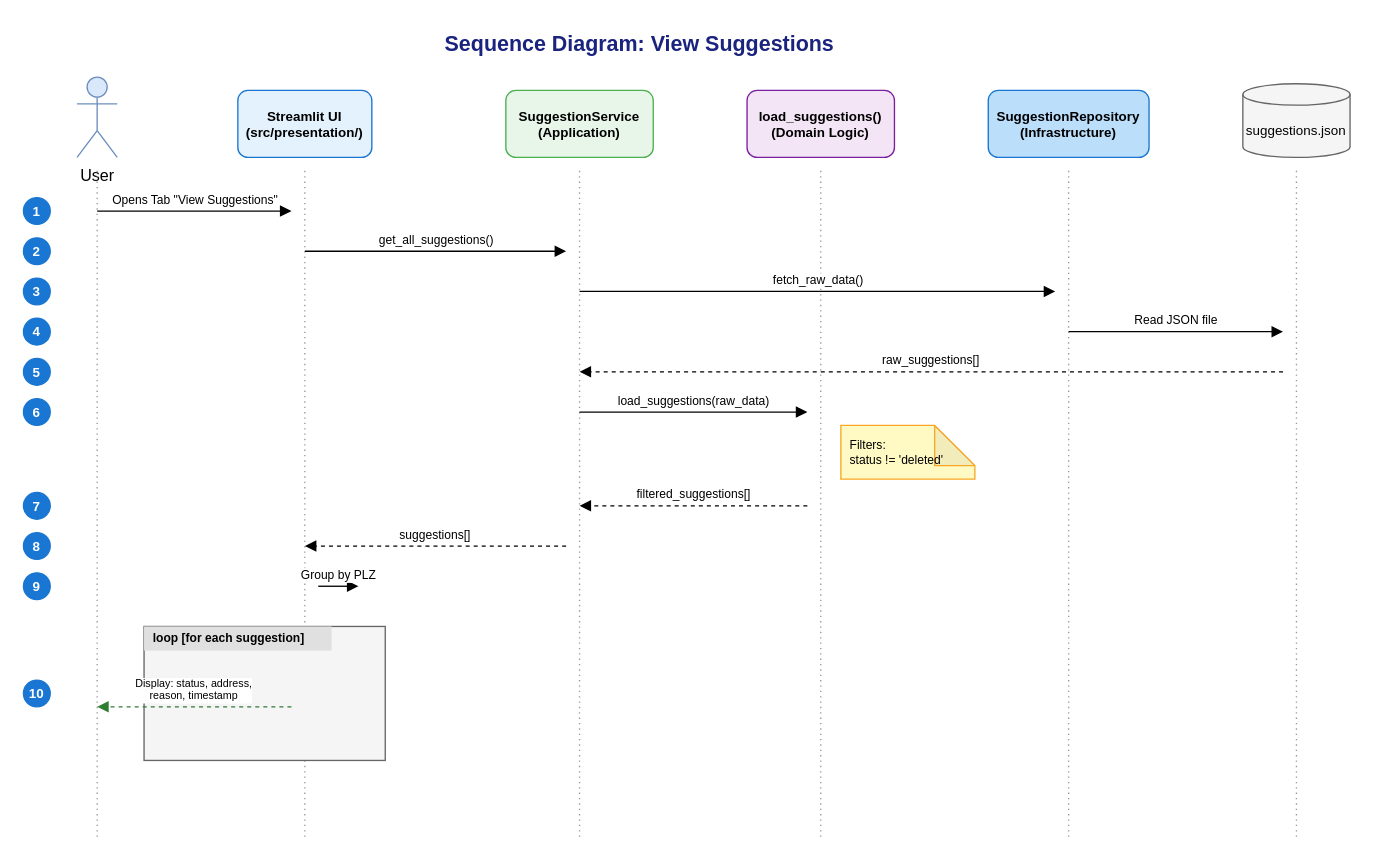
Earlier version of the draw.io diagram page "2. View Suggestions" (2 of 3) of docs/user-story-7-sequence-diagrams.drawio (SamuskaAksumas/heatmap-charging-stations). Source tidied: cells renumbered, new cells numbered last; positions are measured from the earlier drawing's top-left corner, leaving out a move shared by most shapes. Both pictures are drawn from the tidied source at 134%, with x=0, y=0 at pixel (23, 23).
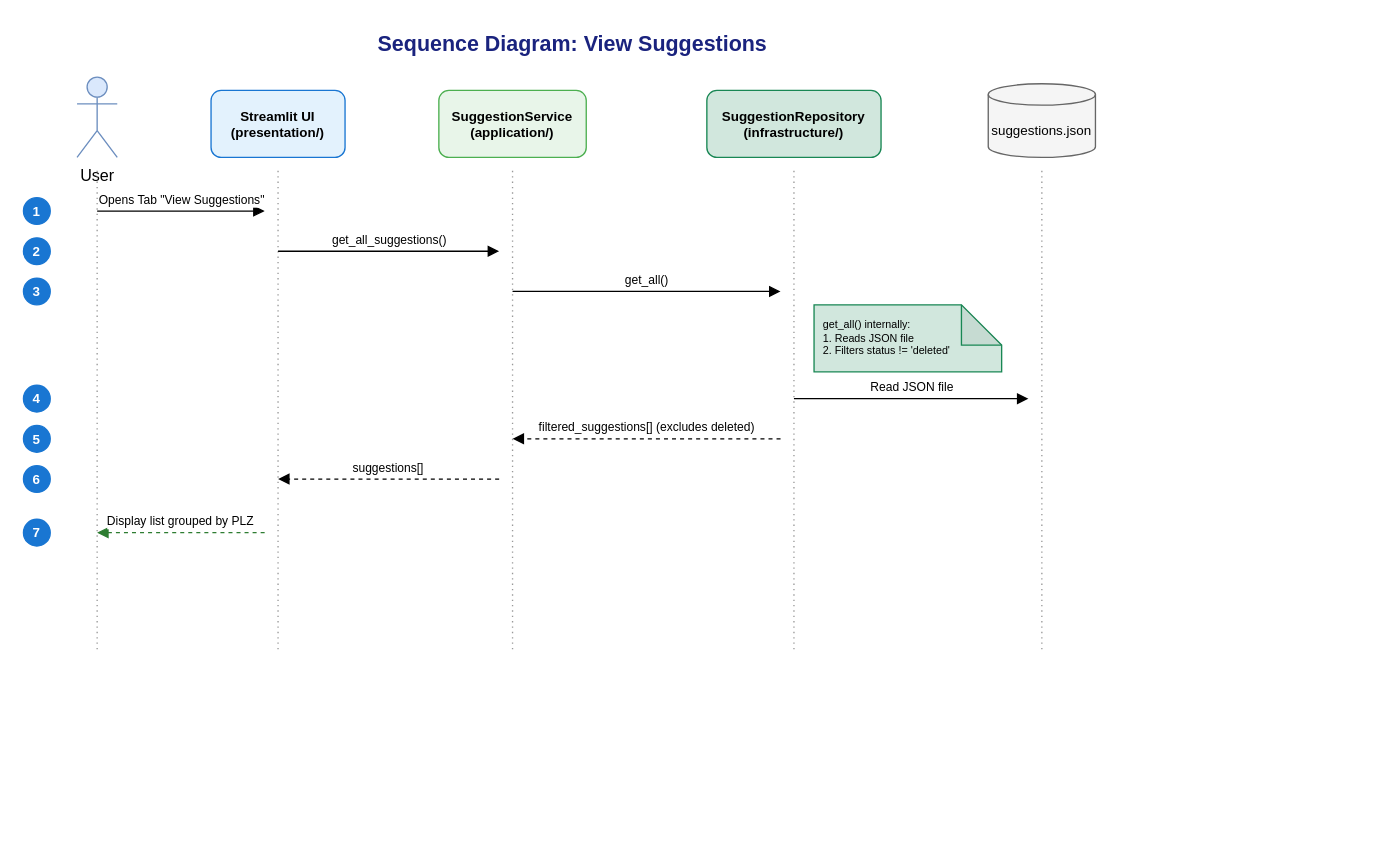
After the change.

Diff of the diagram source:
```diff
@@
     <mxCell id="2" value="Sequence Diagram: View Suggestions" style="text;html=1;strokeColor=none;fillColor=none;align=center;verticalAlign=middle;whiteSpace=wrap;rounded=0;fontSize=16;fontStyle=1;fontColor=#1a237e;" parent="1" vertex="1">
-      <mxGeometry x="310" width="300" height="30" as="geometry" />
+      <mxGeometry x="260" width="300" height="30" as="geometry" />
     </mxCell>
@@
     <mxCell id="4" style="endArrow=none;dashed=1;html=1;dashPattern=1 3;strokeWidth=1;strokeColor=#999999;" parent="1" edge="1">
       <mxGeometry relative="1" as="geometry">
         <mxPoint x="55" y="110" as="sourcePoint" />
-        <mxPoint x="55" y="610" as="targetPoint" />
+        <mxPoint x="55" y="470" as="targetPoint" />
       </mxGeometry>
     </mxCell>
-    <mxCell id="5" value="Streamlit UI&#10;(src/presentation/)" style="rounded=1;whiteSpace=wrap;html=1;fillColor=#e3f2fd;strokeColor=#1976d2;fontStyle=1;fontSize=10;" parent="1" vertex="1">
-      <mxGeometry x="160" y="50" width="100" height="50" as="geometry" />
+    <mxCell id="5" value="Streamlit UI&#10;(presentation/)" style="rounded=1;whiteSpace=wrap;html=1;fillColor=#e3f2fd;strokeColor=#1976d2;fontStyle=1;fontSize=10;" parent="1" vertex="1">
+      <mxGeometry x="140" y="50" width="100" height="50" as="geometry" />
     </mxCell>
     <mxCell id="6" style="endArrow=none;dashed=1;html=1;dashPattern=1 3;strokeWidth=1;strokeColor=#999999;" parent="1" edge="1">
       <mxGeometry relative="1" as="geometry">
-        <mxPoint x="210" y="110" as="sourcePoint" />
-        <mxPoint x="210" y="610" as="targetPoint" />
+        <mxPoint x="190" y="110" as="sourcePoint" />
+        <mxPoint x="190" y="470" as="targetPoint" />
       </mxGeometry>
     </mxCell>
-    <mxCell id="7" value="SuggestionService&#10;(Application)" style="rounded=1;whiteSpace=wrap;html=1;fillColor=#e8f5e9;strokeColor=#4caf50;fontStyle=1;fontSize=10;" parent="1" vertex="1">
-      <mxGeometry x="360" y="50" width="110" height="50" as="geometry" />
+    <mxCell id="7" value="SuggestionService&#10;(application/)" style="rounded=1;whiteSpace=wrap;html=1;fillColor=#e8f5e9;strokeColor=#4caf50;fontStyle=1;fontSize=10;" parent="1" vertex="1">
+      <mxGeometry x="310" y="50" width="110" height="50" as="geometry" />
     </mxCell>
     <mxCell id="8" style="endArrow=none;dashed=1;html=1;dashPattern=1 3;strokeWidth=1;strokeColor=#999999;" parent="1" edge="1">
       <mxGeometry relative="1" as="geometry">
-        <mxPoint x="415" y="110" as="sourcePoint" />
-        <mxPoint x="415" y="610" as="targetPoint" />
+        <mxPoint x="365" y="110" as="sourcePoint" />
+        <mxPoint x="365" y="470" as="targetPoint" />
       </mxGeometry>
     </mxCell>
-    <mxCell id="9" value="load_suggestions()&#10;(Domain Logic)" style="rounded=1;whiteSpace=wrap;html=1;fillColor=#f3e5f5;strokeColor=#7b1fa2;fontStyle=1;fontSize=10;" parent="1" vertex="1">
-      <mxGeometry x="540" y="50" width="110" height="50" as="geometry" />
-    </mxCell>
-    <mxCell id="10" style="endArrow=none;dashed=1;html=1;dashPattern=1 3;strokeWidth=1;strokeColor=#999999;" parent="1" edge="1">
-      <mxGeometry relative="1" as="geometry">
-        <mxPoint x="595" y="110" as="sourcePoint" />
-        <mxPoint x="595" y="610" as="targetPoint" />
-      </mxGeometry>
-    </mxCell>
-    <mxCell id="11" value="SuggestionRepository&#10;(Infrastructure)" style="rounded=1;whiteSpace=wrap;html=1;fillColor=#bbdefb;strokeColor=#1976d2;fontStyle=1;fontSize=10;" parent="1" vertex="1">
-      <mxGeometry x="720" y="50" width="120" height="50" as="geometry" />
+    <mxCell id="11" value="SuggestionRepository&#10;(infrastructure/)" style="rounded=1;whiteSpace=wrap;html=1;fillColor=#d1e7dd;strokeColor=#198754;fontStyle=1;fontSize=10;" parent="1" vertex="1">
+      <mxGeometry x="510" y="50" width="130" height="50" as="geometry" />
     </mxCell>
     <mxCell id="12" style="endArrow=none;dashed=1;html=1;dashPattern=1 3;strokeWidth=1;strokeColor=#999999;" parent="1" edge="1">
       <mxGeometry relative="1" as="geometry">
-        <mxPoint x="780" y="110" as="sourcePoint" />
-        <mxPoint x="780" y="610" as="targetPoint" />
+        <mxPoint x="575" y="110" as="sourcePoint" />
+        <mxPoint x="575" y="470" as="targetPoint" />
       </mxGeometry>
     </mxCell>
     <mxCell id="13" value="suggestions.json" style="shape=cylinder3;whiteSpace=wrap;html=1;boundedLbl=1;backgroundOutline=1;size=8;fillColor=#f5f5f5;strokeColor=#666666;fontSize=10;" parent="1" vertex="1">
-      <mxGeometry x="910" y="45" width="80" height="55" as="geometry" />
+      <mxGeometry x="720" y="45" width="80" height="55" as="geometry" />
     </mxCell>
     <mxCell id="14" style="endArrow=none;dashed=1;html=1;dashPattern=1 3;strokeWidth=1;strokeColor=#999999;" parent="1" edge="1">
       <mxGeometry relative="1" as="geometry">
-        <mxPoint x="950" y="110" as="sourcePoint" />
-        <mxPoint x="950" y="610" as="targetPoint" />
+        <mxPoint x="760" y="110" as="sourcePoint" />
+        <mxPoint x="760" y="470" as="targetPoint" />
       </mxGeometry>
     </mxCell>
@@
     <mxCell id="16" value="Opens Tab &quot;View Suggestions&quot;" style="html=1;verticalAlign=bottom;endArrow=block;curved=0;rounded=0;fontSize=9;" parent="1" edge="1">
       <mxGeometry relative="1" as="geometry">
         <mxPoint x="55" y="140" as="sourcePoint" />
-        <mxPoint x="200" y="140" as="targetPoint" />
+        <mxPoint x="180" y="140" as="targetPoint" />
       </mxGeometry>
     </mxCell>
@@
     <mxCell id="18" value="get_all_suggestions()" style="html=1;verticalAlign=bottom;endArrow=block;curved=0;rounded=0;fontSize=9;" parent="1" edge="1">
       <mxGeometry relative="1" as="geometry">
-        <mxPoint x="210" y="170" as="sourcePoint" />
-        <mxPoint x="405" y="170" as="targetPoint" />
+        <mxPoint x="190" y="170" as="sourcePoint" />
+        <mxPoint x="355" y="170" as="targetPoint" />
       </mxGeometry>
     </mxCell>
@@
-    <mxCell id="20" value="fetch_raw_data()" style="html=1;verticalAlign=bottom;endArrow=block;curved=0;rounded=0;fontSize=9;" parent="1" edge="1">
+    <mxCell id="20" value="get_all()" style="html=1;verticalAlign=bottom;endArrow=block;curved=0;rounded=0;fontSize=9;" parent="1" edge="1">
       <mxGeometry relative="1" as="geometry">
-        <mxPoint x="415" y="200" as="sourcePoint" />
-        <mxPoint x="770" y="200" as="targetPoint" />
+        <mxPoint x="365" y="200" as="sourcePoint" />
+        <mxPoint x="565" y="200" as="targetPoint" />
       </mxGeometry>
     </mxCell>
+    <mxCell id="27" value="get_all() internally:&#10;1. Reads JSON file&#10;2. Filters status != 'deleted'" style="shape=note;whiteSpace=wrap;html=1;backgroundOutline=1;darkOpacity=0.05;fillColor=#d1e7dd;strokeColor=#198754;fontSize=8;align=left;spacingLeft=5;" parent="1" vertex="1">
+      <mxGeometry x="590" y="210" width="140" height="50" as="geometry" />
+    </mxCell>
     <mxCell id="21" value="4" style="ellipse;whiteSpace=wrap;html=1;fillColor=#1976d2;strokeColor=#1976d2;fontColor=#ffffff;fontSize=10;fontStyle=1;" parent="1" vertex="1">
-      <mxGeometry y="220" width="20" height="20" as="geometry" />
+      <mxGeometry y="270" width="20" height="20" as="geometry" />
     </mxCell>
     <mxCell id="22" value="Read JSON file" style="html=1;verticalAlign=bottom;endArrow=block;curved=0;rounded=0;fontSize=9;" parent="1" edge="1">
       <mxGeometry relative="1" as="geometry">
-        <mxPoint x="780" y="230" as="sourcePoint" />
-        <mxPoint x="940" y="230" as="targetPoint" />
+        <mxPoint x="575" y="280" as="sourcePoint" />
+        <mxPoint x="750" y="280" as="targetPoint" />
       </mxGeometry>
     </mxCell>
     <mxCell id="23" value="5" style="ellipse;whiteSpace=wrap;html=1;fillColor=#1976d2;strokeColor=#1976d2;fontColor=#ffffff;fontSize=10;fontStyle=1;" parent="1" vertex="1">
-      <mxGeometry y="250" width="20" height="20" as="geometry" />
+      <mxGeometry y="300" width="20" height="20" as="geometry" />
     </mxCell>
-    <mxCell id="24" value="raw_suggestions[]" style="html=1;verticalAlign=bottom;endArrow=block;curved=0;rounded=0;dashed=1;fontSize=9;" parent="1" edge="1">
+    <mxCell id="24" value="filtered_suggestions[] (excludes deleted)" style="html=1;verticalAlign=bottom;endArrow=block;curved=0;rounded=0;dashed=1;fontSize=9;" parent="1" edge="1">
       <mxGeometry relative="1" as="geometry">
-        <mxPoint x="940" y="260" as="sourcePoint" />
-        <mxPoint x="415" y="260" as="targetPoint" />
+        <mxPoint x="565" y="310" as="sourcePoint" />
+        <mxPoint x="365" y="310" as="targetPoint" />
       </mxGeometry>
     </mxCell>
     <mxCell id="25" value="6" style="ellipse;whiteSpace=wrap;html=1;fillColor=#1976d2;strokeColor=#1976d2;fontColor=#ffffff;fontSize=10;fontStyle=1;" parent="1" vertex="1">
-      <mxGeometry y="280" width="20" height="20" as="geometry" />
+      <mxGeometry y="330" width="20" height="20" as="geometry" />
     </mxCell>
-    <mxCell id="26" value="load_suggestions(raw_data)" style="html=1;verticalAlign=bottom;endArrow=block;curved=0;rounded=0;fontSize=9;" parent="1" edge="1">
+    <mxCell id="26" value="suggestions[]" style="html=1;verticalAlign=bottom;endArrow=block;curved=0;rounded=0;dashed=1;fontSize=9;" parent="1" edge="1">
       <mxGeometry relative="1" as="geometry">
-        <mxPoint x="415" y="290" as="sourcePoint" />
-        <mxPoint x="585" y="290" as="targetPoint" />
+        <mxPoint x="355" y="340" as="sourcePoint" />
+        <mxPoint x="190" y="340" as="targetPoint" />
       </mxGeometry>
     </mxCell>
-    <mxCell id="27" value="Filters:&#10;status != 'deleted'" style="shape=note;whiteSpace=wrap;html=1;backgroundOutline=1;darkOpacity=0.05;fillColor=#fff9c4;strokeColor=#f9a825;fontSize=9;align=left;spacingLeft=5;" parent="1" vertex="1">
-      <mxGeometry x="610" y="300" width="100" height="40" as="geometry" />
-    </mxCell>
     <mxCell id="28" value="7" style="ellipse;whiteSpace=wrap;html=1;fillColor=#1976d2;strokeColor=#1976d2;fontColor=#ffffff;fontSize=10;fontStyle=1;" parent="1" vertex="1">
-      <mxGeometry y="350" width="20" height="20" as="geometry" />
+      <mxGeometry y="370" width="20" height="20" as="geometry" />
     </mxCell>
-    <mxCell id="29" value="filtered_suggestions[]" style="html=1;verticalAlign=bottom;endArrow=block;curved=0;rounded=0;dashed=1;fontSize=9;" parent="1" edge="1">
+    <mxCell id="29" value="Display list grouped by PLZ" style="html=1;verticalAlign=bottom;endArrow=block;curved=0;rounded=0;dashed=1;fontSize=9;strokeColor=#2e7d32;" parent="1" edge="1">
       <mxGeometry relative="1" as="geometry">
-        <mxPoint x="585" y="360" as="sourcePoint" />
-        <mxPoint x="415" y="360" as="targetPoint" />
+        <mxPoint x="180" y="380" as="sourcePoint" />
+        <mxPoint x="55" y="380" as="targetPoint" />
       </mxGeometry>
     </mxCell>
-    <mxCell id="30" value="8" style="ellipse;whiteSpace=wrap;html=1;fillColor=#1976d2;strokeColor=#1976d2;fontColor=#ffffff;fontSize=10;fontStyle=1;" parent="1" vertex="1">
-      <mxGeometry y="380" width="20" height="20" as="geometry" />
-    </mxCell>
-    <mxCell id="31" value="suggestions[]" style="html=1;verticalAlign=bottom;endArrow=block;curved=0;rounded=0;dashed=1;fontSize=9;" parent="1" edge="1">
-      <mxGeometry relative="1" as="geometry">
-        <mxPoint x="405" y="390" as="sourcePoint" />
-        <mxPoint x="210" y="390" as="targetPoint" />
-      </mxGeometry>
-    </mxCell>
-    <mxCell id="32" value="9" style="ellipse;whiteSpace=wrap;html=1;fillColor=#1976d2;strokeColor=#1976d2;fontColor=#ffffff;fontSize=10;fontStyle=1;" parent="1" vertex="1">
-      <mxGeometry y="410" width="20" height="20" as="geometry" />
-    </mxCell>
-    <mxCell id="33" value="Group by PLZ" style="html=1;verticalAlign=bottom;endArrow=block;curved=0;rounded=0;fontSize=9;" parent="1" edge="1">
-      <mxGeometry relative="1" as="geometry">
-        <mxPoint x="220" y="420" as="sourcePoint" />
-        <mxPoint x="250" y="420" as="targetPoint" />
-      </mxGeometry>
-    </mxCell>
-    <mxCell id="34" style="rounded=0;whiteSpace=wrap;html=1;fillColor=#f5f5f5;strokeColor=#666666;strokeWidth=1;" parent="1" vertex="1">
-      <mxGeometry x="90" y="450" width="180" height="100" as="geometry" />
-    </mxCell>
-    <mxCell id="35" value="loop [for each suggestion]" style="text;html=1;strokeColor=none;fillColor=#e0e0e0;align=left;verticalAlign=middle;fontSize=9;fontStyle=1;spacingLeft=5;" parent="1" vertex="1">
-      <mxGeometry x="90" y="450" width="140" height="18" as="geometry" />
-    </mxCell>
-    <mxCell id="36" value="10" style="ellipse;whiteSpace=wrap;html=1;fillColor=#1976d2;strokeColor=#1976d2;fontColor=#ffffff;fontSize=10;fontStyle=1;" parent="1" vertex="1">
-      <mxGeometry y="490" width="20" height="20" as="geometry" />
-    </mxCell>
-    <mxCell id="37" value="Display: status, address,&#10;reason, timestamp" style="html=1;verticalAlign=bottom;endArrow=block;curved=0;rounded=0;dashed=1;fontSize=8;strokeColor=#2e7d32;" parent="1" edge="1">
-      <mxGeometry relative="1" as="geometry">
-        <mxPoint x="200" y="510" as="sourcePoint" />
-        <mxPoint x="55" y="510" as="targetPoint" />
-      </mxGeometry>
-    </mxCell>
```
